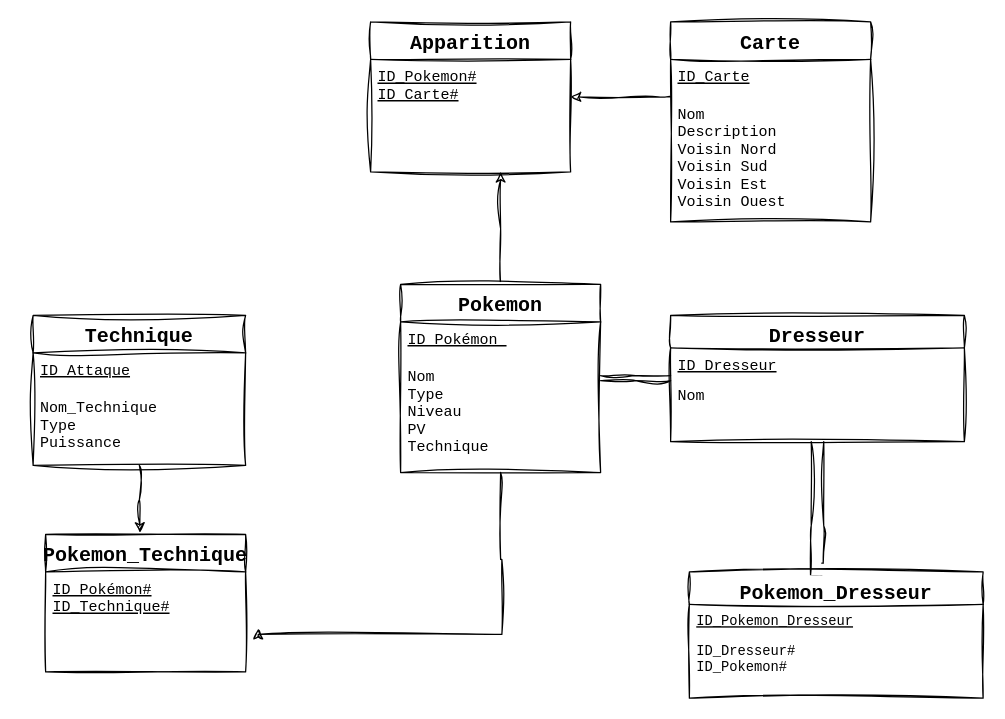
J0ssel1n/KaJo-Capture keeps this draw.io diagram as Ressources/BaseDeDonnées.drawio. Above is the earlier version. Source tidied: cells renumbered, new cells numbered last; positions are measured from the earlier drawing's top-left corner, leaving out a move shared by most shapes. Both pictures are drawn from the tidied source at 125%, with x=0, y=0 at pixel (32, 21).
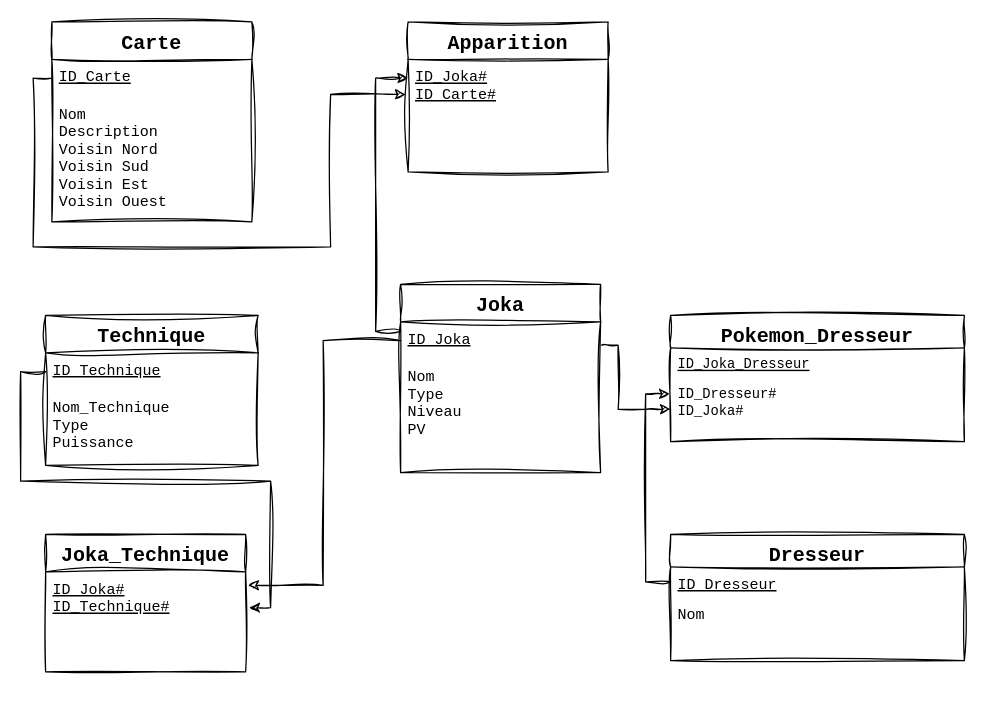
After the change.

The change refers to these unchanged cells:
```xml
<mxCell id="22" value="ID_Carte" style="text;align=left;verticalAlign=top;spacingLeft=4;spacingRight=4;overflow=hidden;points=[[0,0.5],[1,0.5]];portConstraint=eastwest;fontFamily=Courier New;fontStyle=4;rounded=0;sketch=1;curveFitting=1;jiggle=2;" parent="21" vertex="1">
  <mxGeometry y="30" width="160" height="30" as="geometry" />
</mxCell>
```

What changed in the source:
```diff
@@
-    <mxCell id="2" style="edgeStyle=orthogonalEdgeStyle;rounded=0;sketch=1;hachureGap=4;jiggle=2;curveFitting=1;jettySize=auto;html=1;fontFamily=Architects Daughter;fontSize=16;entryX=1.063;entryY=0.222;entryDx=0;entryDy=0;entryPerimeter=0;" parent="1" edge="1" source="4">
-      <mxGeometry relative="1" as="geometry">
-        <mxPoint x="180.1" y="485.5" as="targetPoint" />
-        <Array as="points">
-          <mxPoint x="374" y="430" />
-          <mxPoint x="375" y="430" />
-          <mxPoint x="375" y="490" />
-        </Array>
-      </mxGeometry>
-    </mxCell>
-    <mxCell id="3" style="edgeStyle=orthogonalEdgeStyle;rounded=0;sketch=1;hachureGap=4;jiggle=2;curveFitting=1;jettySize=auto;html=1;fontFamily=Architects Daughter;fontSize=16;" parent="1" edge="1" source="4">
-      <mxGeometry relative="1" as="geometry">
-        <mxPoint x="374" y="120" as="targetPoint" />
-      </mxGeometry>
-    </mxCell>
+    <mxCell id="27" style="edgeStyle=orthogonalEdgeStyle;rounded=0;jettySize=auto;html=1;exitX=0;exitY=0.25;exitDx=0;exitDy=0;entryX=0;entryY=0.5;entryDx=0;entryDy=0;sketch=1;curveFitting=1;jiggle=2;" parent="1" edge="1" source="4" target="26">
+      <mxGeometry relative="1" as="geometry" />
+    </mxCell>
-    <mxCell id="4" value="Pokemon" style="swimlane;fontStyle=1;align=center;verticalAlign=top;horizontal=1;startSize=30;rounded=0;shadow=0;strokeWidth=1;fontFamily=Courier New;fontSize=16;sketch=1;curveFitting=1;jiggle=2;" parent="1" vertex="1">
+    <mxCell id="4" value="Joka" style="swimlane;fontStyle=1;align=center;verticalAlign=top;horizontal=1;startSize=30;rounded=0;shadow=0;strokeWidth=1;fontFamily=Courier New;fontSize=16;sketch=1;curveFitting=1;jiggle=2;" parent="1" vertex="1">
       <mxGeometry x="294" y="210" width="160" height="150.5" as="geometry" />
     </mxCell>
-    <mxCell id="5" value="ID_Pokémon &#10;" style="text;align=left;verticalAlign=top;spacingLeft=4;spacingRight=4;overflow=hidden;points=[[0,0.5],[1,0.5]];portConstraint=eastwest;fontFamily=Courier New;fontStyle=4;rounded=0;sketch=1;curveFitting=1;jiggle=2;" parent="4" vertex="1">
+    <mxCell id="5" value="ID_Joka&#10;" style="text;align=left;verticalAlign=top;spacingLeft=4;spacingRight=4;overflow=hidden;points=[[0,0.5],[1,0.5]];portConstraint=eastwest;fontFamily=Courier New;fontStyle=4;rounded=0;sketch=1;curveFitting=1;jiggle=2;" parent="4" vertex="1">
       <mxGeometry y="30" width="160" height="30" as="geometry" />
     </mxCell>
-    <mxCell id="6" value="Nom&#10;Type&#10;Niveau&#10;PV&#10;Technique&#10;" style="text;align=left;verticalAlign=top;spacingLeft=4;spacingRight=4;overflow=hidden;fontFamily=Courier New;fontStyle=0;rounded=0;sketch=1;curveFitting=1;jiggle=2;" parent="4" vertex="1">
+    <mxCell id="6" value="Nom&#10;Type&#10;Niveau&#10;PV&#10;" style="text;align=left;verticalAlign=top;spacingLeft=4;spacingRight=4;overflow=hidden;fontFamily=Courier New;fontStyle=0;rounded=0;sketch=1;curveFitting=1;jiggle=2;" parent="4" vertex="1">
       <mxGeometry y="60" width="160" height="90" as="geometry" />
     </mxCell>
-    <mxCell id="7" style="edgeStyle=orthogonalEdgeStyle;rounded=0;jettySize=auto;html=1;shape=link;sketch=1;curveFitting=1;jiggle=2;width=10;entryX=0.451;entryY=-0.019;entryDx=0;entryDy=0;entryPerimeter=0;" parent="1" edge="1" source="8" target="12">
-      <mxGeometry relative="1" as="geometry">
-        <Array as="points">
-          <mxPoint x="627" y="403" />
-          <mxPoint x="627" y="438" />
-        </Array>
-      </mxGeometry>
-    </mxCell>
-    <mxCell id="8" value="Dresseur" style="swimlane;fontStyle=1;align=center;verticalAlign=top;horizontal=1;startSize=26;rounded=0;shadow=0;strokeWidth=1;fontFamily=Courier New;fontSize=16;sketch=1;curveFitting=1;jiggle=2;" parent="1" vertex="1">
-      <mxGeometry x="510" y="234.8" width="235" height="101" as="geometry" />
-    </mxCell>
-    <mxCell id="9" value="ID_Dresseur&#10;" style="text;align=left;verticalAlign=top;spacingLeft=4;spacingRight=4;overflow=hidden;points=[[0,0.5],[1,0.5]];portConstraint=eastwest;fontFamily=Courier New;fontStyle=4;rounded=0;sketch=1;curveFitting=1;jiggle=2;" parent="8" vertex="1">
-      <mxGeometry y="26" width="235" height="24" as="geometry" />
-    </mxCell>
-    <mxCell id="10" value="Nom" style="text;align=left;verticalAlign=top;spacingLeft=4;spacingRight=4;overflow=hidden;fontFamily=Courier New;fontStyle=0;rounded=0;sketch=1;curveFitting=1;jiggle=2;" parent="8" vertex="1">
-      <mxGeometry y="50" width="235" height="24" as="geometry" />
-    </mxCell>
-    <mxCell id="11" style="endArrow=block;endFill=0;shadow=0;strokeWidth=1;rounded=0;edgeStyle=elbowEdgeStyle;elbow=vertical;shape=link;sketch=1;curveFitting=1;jiggle=2;" parent="1" edge="1" source="8" target="4">
-      <mxGeometry relative="1" as="geometry" />
-    </mxCell>
     <mxCell id="12" value="Pokemon_Dresseur" style="swimlane;fontStyle=1;align=center;verticalAlign=top;horizontal=1;startSize=26;rounded=0;shadow=0;strokeWidth=1;fontFamily=Courier New;fontSize=16;sketch=1;curveFitting=1;jiggle=2;" parent="1" vertex="1">
-      <mxGeometry x="525" y="440" width="235" height="101" as="geometry" />
+      <mxGeometry x="510" y="234.8" width="235" height="101" as="geometry" />
     </mxCell>
-    <mxCell id="13" value="ID_Pokemon_Dresseur&#10;" style="text;align=left;verticalAlign=top;spacingLeft=4;spacingRight=4;overflow=hidden;fontFamily=Courier New;fontSize=11;fontStyle=4;rounded=0;sketch=1;curveFitting=1;jiggle=2;" parent="12" vertex="1">
+    <mxCell id="13" value="ID_Joka_Dresseur&#10;" style="text;align=left;verticalAlign=top;spacingLeft=4;spacingRight=4;overflow=hidden;fontFamily=Courier New;fontSize=11;fontStyle=4;rounded=0;sketch=1;curveFitting=1;jiggle=2;" parent="12" vertex="1">
       <mxGeometry y="26" width="235" height="24" as="geometry" />
     </mxCell>
-    <mxCell id="14" value="ID_Dresseur#&#10;ID_Pokemon#" style="text;align=left;verticalAlign=top;spacingLeft=4;spacingRight=4;overflow=hidden;points=[[0,0.5],[1,0.5]];portConstraint=eastwest;fontFamily=Courier New;fontSize=11;fontStyle=0;rounded=0;sketch=1;curveFitting=1;jiggle=2;" parent="12" vertex="1">
+    <mxCell id="14" value="ID_Dresseur#&#10;ID_Joka#" style="text;align=left;verticalAlign=top;spacingLeft=4;spacingRight=4;overflow=hidden;points=[[0,0.5],[1,0.5]];portConstraint=eastwest;fontFamily=Courier New;fontSize=11;fontStyle=0;rounded=0;sketch=1;curveFitting=1;jiggle=2;" parent="12" vertex="1">
       <mxGeometry y="50" width="235" height="50" as="geometry" />
     </mxCell>
     <mxCell id="15" value="Technique" style="swimlane;fontStyle=1;align=center;verticalAlign=top;horizontal=1;startSize=30;rounded=0;shadow=0;strokeWidth=1;fontFamily=Courier New;fontSize=16;sketch=1;curveFitting=1;jiggle=2;" parent="1" vertex="1">
-      <mxGeometry y="234.8" width="170" height="120" as="geometry" />
+      <mxGeometry x="10" y="234.8" width="170" height="120" as="geometry" />
     </mxCell>
-    <mxCell id="16" value="ID_Attaque&#10;" style="text;align=left;verticalAlign=top;spacingLeft=4;spacingRight=4;overflow=hidden;points=[[0,0.5],[1,0.5]];portConstraint=eastwest;fontFamily=Courier New;fontStyle=4;rounded=0;sketch=1;curveFitting=1;jiggle=2;" parent="15" vertex="1">
+    <mxCell id="16" value="ID_Technique" style="text;align=left;verticalAlign=top;spacingLeft=4;spacingRight=4;overflow=hidden;points=[[0,0.5],[1,0.5]];portConstraint=eastwest;fontFamily=Courier New;fontStyle=4;rounded=0;sketch=1;curveFitting=1;jiggle=2;" parent="15" vertex="1">
       <mxGeometry y="30" width="170" height="30" as="geometry" />
     </mxCell>
@@
-    <mxCell id="18" value="Pokemon_Technique" style="swimlane;fontStyle=1;align=center;verticalAlign=top;horizontal=1;startSize=30;rounded=0;shadow=0;strokeWidth=1;fontFamily=Courier New;fontSize=16;sketch=1;curveFitting=1;jiggle=2;" parent="1" vertex="1">
+    <mxCell id="18" value="Joka_Technique" style="swimlane;fontStyle=1;align=center;verticalAlign=top;horizontal=1;startSize=30;rounded=0;shadow=0;strokeWidth=1;fontFamily=Courier New;fontSize=16;sketch=1;curveFitting=1;jiggle=2;" parent="1" vertex="1">
       <mxGeometry x="10" y="410" width="160" height="110" as="geometry" />
     </mxCell>
-    <mxCell id="19" value="ID_Pokémon#&#10;ID_Technique#" style="text;align=left;verticalAlign=top;spacingLeft=4;spacingRight=4;overflow=hidden;points=[[0,0.5],[1,0.5]];portConstraint=eastwest;fontFamily=Courier New;fontStyle=4;rounded=0;sketch=1;curveFitting=1;jiggle=2;" parent="18" vertex="1">
+    <mxCell id="19" value="ID_Joka#&#10;ID_Technique#" style="text;align=left;verticalAlign=top;spacingLeft=4;spacingRight=4;overflow=hidden;points=[[0,0.5],[1,0.5]];portConstraint=eastwest;fontFamily=Courier New;fontStyle=4;rounded=0;sketch=1;curveFitting=1;jiggle=2;" parent="18" vertex="1">
       <mxGeometry y="30" width="160" height="80" as="geometry" />
     </mxCell>
-    <mxCell id="20" style="edgeStyle=orthogonalEdgeStyle;rounded=0;sketch=1;hachureGap=4;jiggle=2;curveFitting=1;jettySize=auto;html=1;fontFamily=Architects Daughter;fontSize=16;" parent="1" edge="1" source="21" target="25">
-      <mxGeometry relative="1" as="geometry">
-        <Array as="points">
-          <mxPoint x="500" y="60" />
-          <mxPoint x="500" y="60" />
-        </Array>
-      </mxGeometry>
-    </mxCell>
     <mxCell id="21" value="Carte" style="swimlane;fontStyle=1;align=center;verticalAlign=top;horizontal=1;startSize=30;rounded=0;shadow=0;strokeWidth=1;fontFamily=Courier New;fontSize=16;sketch=1;curveFitting=1;jiggle=2;" parent="1" vertex="1">
-      <mxGeometry x="510" width="160" height="160" as="geometry" />
+      <mxGeometry x="15" width="160" height="160" as="geometry" />
     </mxCell>
@@
-    <mxCell id="24" style="edgeStyle=orthogonalEdgeStyle;rounded=0;sketch=1;hachureGap=4;jiggle=2;curveFitting=1;jettySize=auto;html=1;entryX=0.472;entryY=-0.011;entryDx=0;entryDy=0;entryPerimeter=0;fontFamily=Architects Daughter;fontSize=16;" parent="1" edge="1" source="15" target="18">
-      <mxGeometry relative="1" as="geometry" />
-    </mxCell>
     <mxCell id="25" value="Apparition" style="swimlane;fontStyle=1;align=center;verticalAlign=top;horizontal=1;startSize=30;rounded=0;shadow=0;strokeWidth=1;fontFamily=Courier New;fontSize=16;sketch=1;curveFitting=1;jiggle=2;" parent="1" vertex="1">
-      <mxGeometry x="270" width="160" height="120" as="geometry" />
+      <mxGeometry x="300" width="160" height="120" as="geometry" />
     </mxCell>
-    <mxCell id="26" value="ID_Pokemon#&#10;ID_Carte#" style="text;align=left;verticalAlign=top;spacingLeft=4;spacingRight=4;overflow=hidden;points=[[0,0.5],[1,0.5]];portConstraint=eastwest;fontFamily=Courier New;fontStyle=4;rounded=0;sketch=1;curveFitting=1;jiggle=2;" parent="25" vertex="1">
+    <mxCell id="26" value="ID_Joka#&#10;ID_Carte#" style="text;align=left;verticalAlign=top;spacingLeft=4;spacingRight=4;overflow=hidden;points=[[0,0.5],[1,0.5]];portConstraint=eastwest;fontFamily=Courier New;fontStyle=4;rounded=0;sketch=1;curveFitting=1;jiggle=2;" parent="25" vertex="1">
       <mxGeometry y="30" width="160" height="30" as="geometry" />
     </mxCell>
+    <mxCell id="8" value="Dresseur" style="swimlane;fontStyle=1;align=center;verticalAlign=top;horizontal=1;startSize=26;rounded=0;shadow=0;strokeWidth=1;fontFamily=Courier New;fontSize=16;sketch=1;curveFitting=1;jiggle=2;" parent="1" vertex="1">
+      <mxGeometry x="510" y="410" width="235" height="101" as="geometry" />
+    </mxCell>
+    <mxCell id="9" value="ID_Dresseur&#10;" style="text;align=left;verticalAlign=top;spacingLeft=4;spacingRight=4;overflow=hidden;points=[[0,0.5],[1,0.5]];portConstraint=eastwest;fontFamily=Courier New;fontStyle=4;rounded=0;sketch=1;curveFitting=1;jiggle=2;" parent="8" vertex="1">
+      <mxGeometry y="26" width="235" height="24" as="geometry" />
+    </mxCell>
+    <mxCell id="10" value="Nom" style="text;align=left;verticalAlign=top;spacingLeft=4;spacingRight=4;overflow=hidden;fontFamily=Courier New;fontStyle=0;rounded=0;sketch=1;curveFitting=1;jiggle=2;" parent="8" vertex="1">
+      <mxGeometry y="50" width="235" height="24" as="geometry" />
+    </mxCell>
+    <mxCell id="28" style="edgeStyle=orthogonalEdgeStyle;rounded=0;jettySize=auto;html=1;entryX=0;entryY=0.5;entryDx=0;entryDy=0;sketch=1;curveFitting=1;jiggle=2;exitX=1.005;exitY=0.619;exitDx=0;exitDy=0;exitPerimeter=0;" parent="1" edge="1" source="5" target="14">
+      <mxGeometry relative="1" as="geometry">
+        <Array as="points">
+          <mxPoint x="468" y="259" />
+          <mxPoint x="468" y="310" />
+          <mxPoint x="490" y="310" />
+        </Array>
+      </mxGeometry>
+    </mxCell>
+    <mxCell id="29" style="edgeStyle=orthogonalEdgeStyle;rounded=0;jettySize=auto;html=1;entryX=-0.003;entryY=0.256;entryDx=0;entryDy=0;entryPerimeter=0;sketch=1;curveFitting=1;jiggle=2;" parent="1" edge="1" source="9" target="14">
+      <mxGeometry relative="1" as="geometry" />
+    </mxCell>
+    <mxCell id="30" style="edgeStyle=orthogonalEdgeStyle;rounded=0;jettySize=auto;html=1;entryX=1.013;entryY=0.135;entryDx=0;entryDy=0;entryPerimeter=0;sketch=1;curveFitting=1;jiggle=2;exitX=0;exitY=0.5;exitDx=0;exitDy=0;" parent="1" edge="1" source="5" target="19">
+      <mxGeometry relative="1" as="geometry" />
+    </mxCell>
+    <mxCell id="31" style="edgeStyle=orthogonalEdgeStyle;rounded=0;jettySize=auto;html=1;entryX=1.018;entryY=0.357;entryDx=0;entryDy=0;entryPerimeter=0;sketch=1;curveFitting=1;jiggle=2;" parent="1" edge="1" source="16" target="19">
+      <mxGeometry relative="1" as="geometry" />
+    </mxCell>
+    <mxCell id="32" style="edgeStyle=orthogonalEdgeStyle;rounded=0;jettySize=auto;html=1;entryX=-0.012;entryY=0.933;entryDx=0;entryDy=0;entryPerimeter=0;sketch=1;curveFitting=1;jiggle=2;" parent="1" edge="1" source="22" target="26">
+      <mxGeometry relative="1" as="geometry">
+        <Array as="points">
+          <mxPoint y="45" />
+          <mxPoint y="180" />
+          <mxPoint x="238" y="180" />
+          <mxPoint x="238" y="58" />
+        </Array>
+      </mxGeometry>
+    </mxCell>
```
